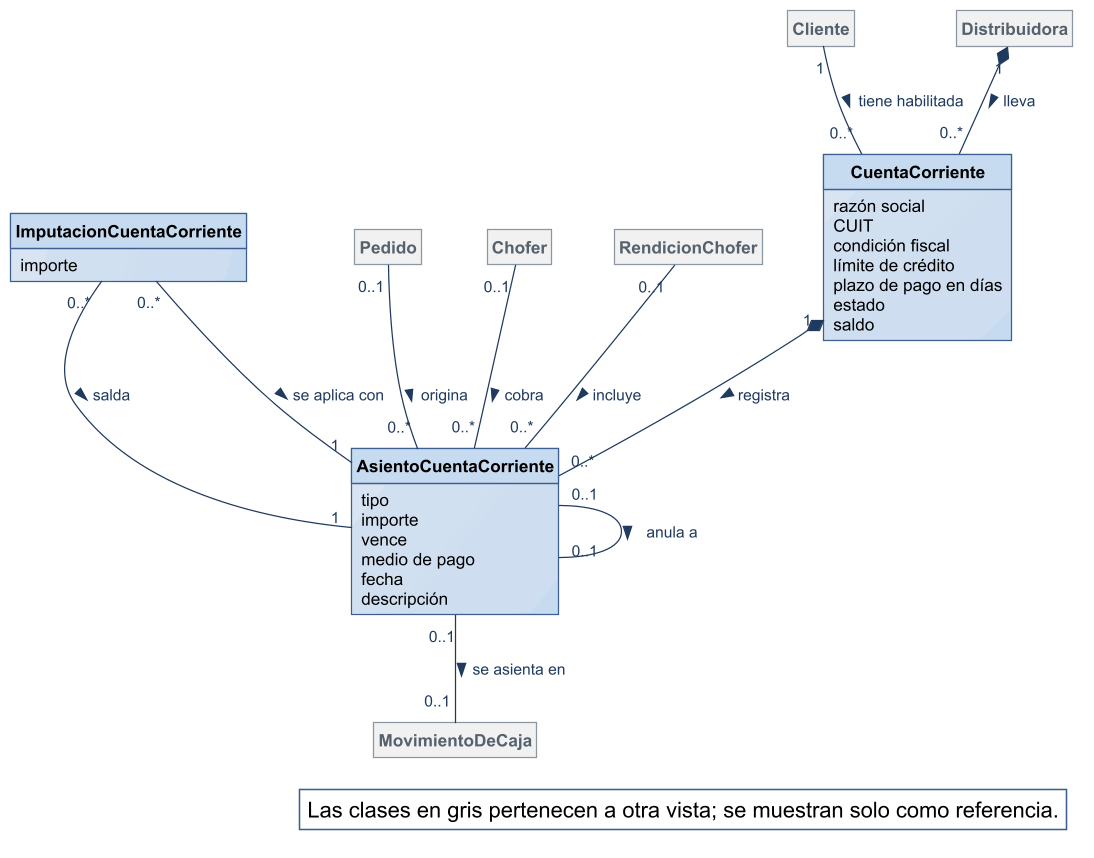
The PlantUML diagram diagramas/modelo-conceptual/MC_Cuentas-corrientes.png in Nahuelito-Dev/splg-docs, before a commit.
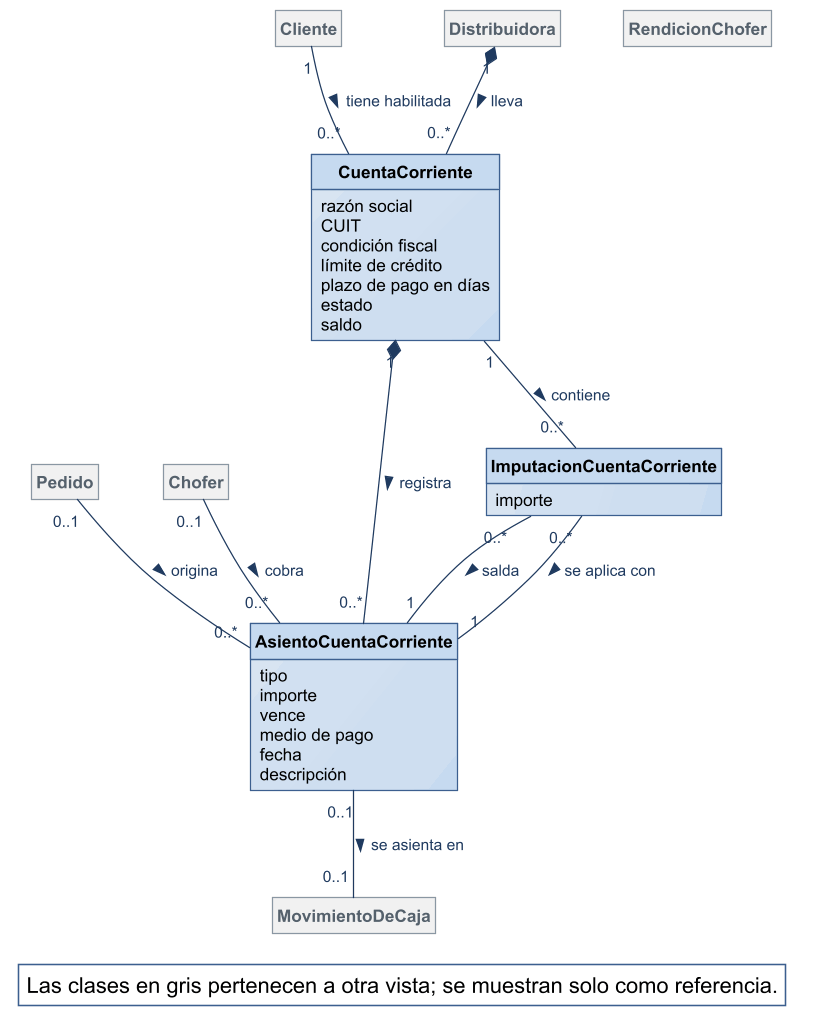
The same diagram one commit later.

The edit, as a diff of the source:
```diff
@@ -38,11 +38,10 @@
 Distribuidora "1" *-- "0..*" CuentaCorriente : lleva >
 Cliente "1" -- "0..*" CuentaCorriente : tiene habilitada >
 CuentaCorriente "1" *-- "0..*" AsientoCuentaCorriente : registra >
+CuentaCorriente "1" -- "0..*" ImputacionCuentaCorriente : contiene >
 Pedido "0..1" -- "0..*" AsientoCuentaCorriente : origina >
 AsientoCuentaCorriente "0..1" -- "0..1" MovimientoDeCaja : se asienta en >
 Chofer "0..1" -- "0..*" AsientoCuentaCorriente : cobra >
-RendicionChofer "0..1" -- "0..*" AsientoCuentaCorriente : incluye >
-AsientoCuentaCorriente "0..1" -- "0..1" AsientoCuentaCorriente : anula a >
 ImputacionCuentaCorriente "0..*" -- "1" AsientoCuentaCorriente : salda >
 ImputacionCuentaCorriente "0..*" -- "1" AsientoCuentaCorriente : se aplica con >
 
```
